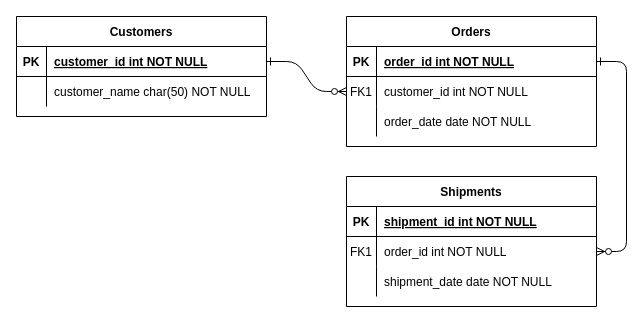
Earlier version of the draw.io diagram Untitled Diagram.drawio (garoga11/carpool-bis). Source tidied: cells renumbered, new cells numbered last; positions are measured from the earlier drawing's top-left corner, leaving out a move shared by most shapes. Both pictures are drawn from the tidied source at 100%, with x=0, y=0 at pixel (16, 16).
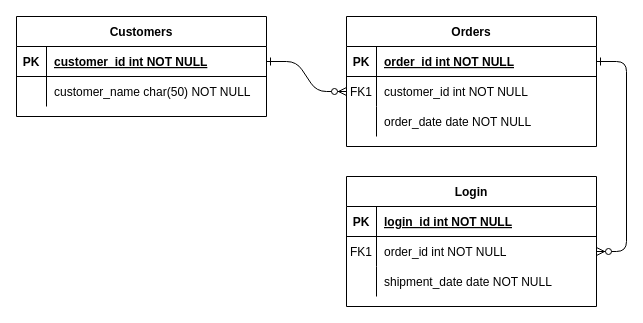
The same diagram, later.

The change refers to these unchanged cells:
```xml
<mxCell id="15" style="shape=partialRectangle;fillColor=none;top=0;left=0;right=0;bottom=1;" parent="14" vertex="1">
  <mxGeometry y="30" width="250" height="30" as="geometry" />
</mxCell>
```

Change to the diagram source:
```diff
@@
-    <mxCell id="14" value="Shipments" style="shape=table;startSize=30;childLayout=tableLayout;rowLines=0;fontStyle=1;align=center;" parent="1" vertex="1">
+    <mxCell id="14" value="Login" style="shape=table;startSize=30;childLayout=tableLayout;rowLines=0;fontStyle=1;align=center;" parent="1" vertex="1">
       <mxGeometry x="330" y="160" width="250" height="130" as="geometry" />
     </mxCell>
@@
-    <mxCell id="17" value="shipment_id int NOT NULL " style="shape=partialRectangle;overflow=hidden;fillColor=none;top=0;left=0;bottom=0;right=0;align=left;spacingLeft=6;fontStyle=5;" parent="15" vertex="1">
+    <mxCell id="17" value="login_id int NOT NULL " style="shape=partialRectangle;overflow=hidden;fillColor=none;top=0;left=0;bottom=0;right=0;align=left;spacingLeft=6;fontStyle=5;" parent="15" vertex="1">
       <mxGeometry x="30" width="220" height="30" as="geometry" />
     </mxCell>
```
